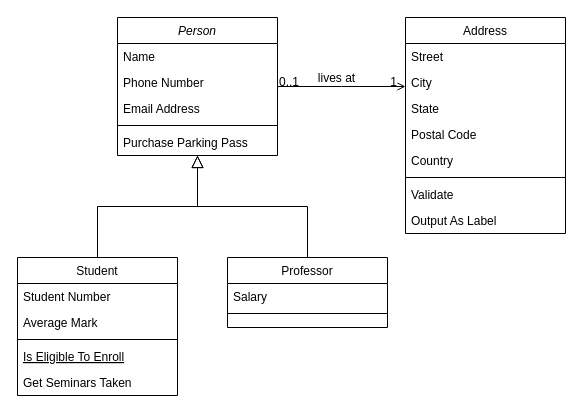
This is Diagrama sin título.drawio from Pipe1098/Ejercicios-de-clase, a draw.io file, before an edit. Source tidied: cells renumbered, new cells numbered last; positions are measured from the earlier drawing's top-left corner, leaving out a move shared by most shapes. Both pictures are drawn from the tidied source at 100%, with x=0, y=0 at pixel (17, 17).
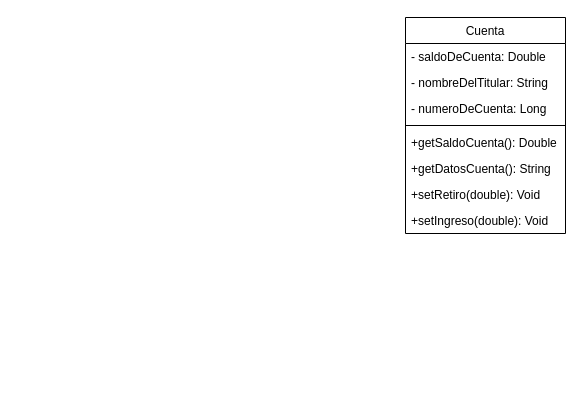
The same diagram, later.

Diff of the diagram source:
```diff
@@
-    <mxCell id="2" value="Person" style="swimlane;fontStyle=2;align=center;verticalAlign=top;horizontal=1;startSize=26;rounded=0;shadow=0;strokeWidth=1;" parent="1" vertex="1">
-      <mxGeometry x="100" width="160" height="138" as="geometry" />
-    </mxCell>
-    <mxCell id="3" value="Name" style="text;align=left;verticalAlign=top;spacingLeft=4;spacingRight=4;overflow=hidden;" parent="2" vertex="1">
-      <mxGeometry y="26" width="160" height="26" as="geometry" />
-    </mxCell>
-    <mxCell id="4" value="Phone Number" style="text;align=left;verticalAlign=top;spacingLeft=4;spacingRight=4;overflow=hidden;rounded=0;shadow=0;html=0;" parent="2" vertex="1">
-      <mxGeometry y="52" width="160" height="26" as="geometry" />
-    </mxCell>
-    <mxCell id="5" value="Email Address" style="text;align=left;verticalAlign=top;spacingLeft=4;spacingRight=4;overflow=hidden;rounded=0;shadow=0;html=0;" parent="2" vertex="1">
-      <mxGeometry y="78" width="160" height="26" as="geometry" />
-    </mxCell>
-    <mxCell id="6" style="line;html=1;strokeWidth=1;align=left;verticalAlign=middle;spacingTop=-1;spacingLeft=3;spacingRight=3;labelPosition=right;" parent="2" vertex="1">
-      <mxGeometry y="104" width="160" height="8" as="geometry" />
-    </mxCell>
-    <mxCell id="7" value="Purchase Parking Pass" style="text;align=left;verticalAlign=top;spacingLeft=4;spacingRight=4;overflow=hidden;" parent="2" vertex="1">
-      <mxGeometry y="112" width="160" height="26" as="geometry" />
-    </mxCell>
-    <mxCell id="8" value="Student" style="swimlane;fontStyle=0;align=center;verticalAlign=top;horizontal=1;startSize=26;rounded=0;shadow=0;strokeWidth=1;" parent="1" vertex="1">
-      <mxGeometry y="240" width="160" height="138" as="geometry" />
-    </mxCell>
-    <mxCell id="9" value="Student Number" style="text;align=left;verticalAlign=top;spacingLeft=4;spacingRight=4;overflow=hidden;" parent="8" vertex="1">
-      <mxGeometry y="26" width="160" height="26" as="geometry" />
-    </mxCell>
-    <mxCell id="10" value="Average Mark" style="text;align=left;verticalAlign=top;spacingLeft=4;spacingRight=4;overflow=hidden;rounded=0;shadow=0;html=0;" parent="8" vertex="1">
-      <mxGeometry y="52" width="160" height="26" as="geometry" />
-    </mxCell>
-    <mxCell id="11" style="line;html=1;strokeWidth=1;align=left;verticalAlign=middle;spacingTop=-1;spacingLeft=3;spacingRight=3;labelPosition=right;" parent="8" vertex="1">
-      <mxGeometry y="78" width="160" height="8" as="geometry" />
-    </mxCell>
-    <mxCell id="12" value="Is Eligible To Enroll" style="text;align=left;verticalAlign=top;spacingLeft=4;spacingRight=4;overflow=hidden;fontStyle=4;" parent="8" vertex="1">
-      <mxGeometry y="86" width="160" height="26" as="geometry" />
-    </mxCell>
-    <mxCell id="13" value="Get Seminars Taken" style="text;align=left;verticalAlign=top;spacingLeft=4;spacingRight=4;overflow=hidden;" parent="8" vertex="1">
-      <mxGeometry y="112" width="160" height="26" as="geometry" />
-    </mxCell>
-    <mxCell id="14" style="endArrow=block;endSize=10;endFill=0;shadow=0;strokeWidth=1;rounded=0;edgeStyle=elbowEdgeStyle;elbow=vertical;" parent="1" edge="1" source="8" target="2">
-      <mxGeometry relative="1" as="geometry" />
-    </mxCell>
-    <mxCell id="15" value="Professor" style="swimlane;fontStyle=0;align=center;verticalAlign=top;horizontal=1;startSize=26;rounded=0;shadow=0;strokeWidth=1;" parent="1" vertex="1">
-      <mxGeometry x="210" y="240" width="160" height="70" as="geometry" />
-    </mxCell>
-    <mxCell id="16" value="Salary" style="text;align=left;verticalAlign=top;spacingLeft=4;spacingRight=4;overflow=hidden;" parent="15" vertex="1">
-      <mxGeometry y="26" width="160" height="26" as="geometry" />
-    </mxCell>
-    <mxCell id="17" style="line;html=1;strokeWidth=1;align=left;verticalAlign=middle;spacingTop=-1;spacingLeft=3;spacingRight=3;labelPosition=right;" parent="15" vertex="1">
-      <mxGeometry y="52" width="160" height="8" as="geometry" />
-    </mxCell>
-    <mxCell id="18" style="endArrow=block;endSize=10;endFill=0;shadow=0;strokeWidth=1;rounded=0;edgeStyle=elbowEdgeStyle;elbow=vertical;" parent="1" edge="1" source="15" target="2">
-      <mxGeometry relative="1" as="geometry" />
-    </mxCell>
-    <mxCell id="19" value="Address" style="swimlane;fontStyle=0;align=center;verticalAlign=top;horizontal=1;startSize=26;rounded=0;shadow=0;strokeWidth=1;" parent="1" vertex="1">
+    <mxCell id="19" value="Cuenta" style="swimlane;fontStyle=0;align=center;verticalAlign=top;horizontal=1;startSize=26;rounded=0;shadow=0;strokeWidth=1;" parent="1" vertex="1">
       <mxGeometry x="388" width="160" height="216" as="geometry" />
     </mxCell>
-    <mxCell id="20" value="Street" style="text;align=left;verticalAlign=top;spacingLeft=4;spacingRight=4;overflow=hidden;" parent="19" vertex="1">
+    <mxCell id="20" value="- saldoDeCuenta: Double" style="text;align=left;verticalAlign=top;spacingLeft=4;spacingRight=4;overflow=hidden;" parent="19" vertex="1">
       <mxGeometry y="26" width="160" height="26" as="geometry" />
     </mxCell>
-    <mxCell id="21" value="City" style="text;align=left;verticalAlign=top;spacingLeft=4;spacingRight=4;overflow=hidden;rounded=0;shadow=0;html=0;" parent="19" vertex="1">
+    <mxCell id="21" value="- nombreDelTitular: String" style="text;align=left;verticalAlign=top;spacingLeft=4;spacingRight=4;overflow=hidden;rounded=0;shadow=0;html=0;" parent="19" vertex="1">
       <mxGeometry y="52" width="160" height="26" as="geometry" />
     </mxCell>
-    <mxCell id="22" value="State" style="text;align=left;verticalAlign=top;spacingLeft=4;spacingRight=4;overflow=hidden;rounded=0;shadow=0;html=0;" parent="19" vertex="1">
+    <mxCell id="22" value="- numeroDeCuenta: Long" style="text;align=left;verticalAlign=top;spacingLeft=4;spacingRight=4;overflow=hidden;rounded=0;shadow=0;html=0;" parent="19" vertex="1">
       <mxGeometry y="78" width="160" height="26" as="geometry" />
     </mxCell>
-    <mxCell id="23" value="Postal Code" style="text;align=left;verticalAlign=top;spacingLeft=4;spacingRight=4;overflow=hidden;rounded=0;shadow=0;html=0;" parent="19" vertex="1">
-      <mxGeometry y="104" width="160" height="26" as="geometry" />
-    </mxCell>
-    <mxCell id="24" value="Country" style="text;align=left;verticalAlign=top;spacingLeft=4;spacingRight=4;overflow=hidden;rounded=0;shadow=0;html=0;" parent="19" vertex="1">
-      <mxGeometry y="130" width="160" height="26" as="geometry" />
-    </mxCell>
     <mxCell id="25" style="line;html=1;strokeWidth=1;align=left;verticalAlign=middle;spacingTop=-1;spacingLeft=3;spacingRight=3;labelPosition=right;" parent="19" vertex="1">
-      <mxGeometry y="156" width="160" height="8" as="geometry" />
+      <mxGeometry y="104" width="160" height="8" as="geometry" />
     </mxCell>
-    <mxCell id="26" value="Validate" style="text;align=left;verticalAlign=top;spacingLeft=4;spacingRight=4;overflow=hidden;" parent="19" vertex="1">
-      <mxGeometry y="164" width="160" height="26" as="geometry" />
+    <mxCell id="26" value="+getSaldoCuenta(): Double" style="text;align=left;verticalAlign=top;spacingLeft=4;spacingRight=4;overflow=hidden;" parent="19" vertex="1">
+      <mxGeometry y="112" width="160" height="26" as="geometry" />
     </mxCell>
-    <mxCell id="27" value="Output As Label" style="text;align=left;verticalAlign=top;spacingLeft=4;spacingRight=4;overflow=hidden;" parent="19" vertex="1">
-      <mxGeometry y="190" width="160" height="26" as="geometry" />
+    <mxCell id="27" value="+getDatosCuenta(): String" style="text;align=left;verticalAlign=top;spacingLeft=4;spacingRight=4;overflow=hidden;" parent="19" vertex="1">
+      <mxGeometry y="138" width="160" height="26" as="geometry" />
     </mxCell>
-    <mxCell id="28" style="endArrow=open;shadow=0;strokeWidth=1;rounded=0;endFill=1;edgeStyle=elbowEdgeStyle;elbow=vertical;" parent="1" edge="1" source="2" target="19">
-      <mxGeometry x="0.5" y="41" relative="1" as="geometry">
-        <mxPoint x="-40" y="32" as="offset" />
-      </mxGeometry>
-    </mxCell>
-    <mxCell id="29" value="0..1" style="align=left;verticalAlign=bottom;labelBackgroundColor=none;fontSize=12;" parent="28" vertex="1">
-      <mxGeometry x="-1" relative="1" as="geometry">
-        <mxPoint y="4" as="offset" />
-      </mxGeometry>
-    </mxCell>
-    <mxCell id="30" value="1" style="align=right;verticalAlign=bottom;labelBackgroundColor=none;fontSize=12;" parent="28" vertex="1">
-      <mxGeometry x="1" relative="1" as="geometry">
-        <mxPoint x="-7" y="4" as="offset" />
-      </mxGeometry>
-    </mxCell>
-    <mxCell id="31" value="lives at" style="text;html=1;align=center;verticalAlign=middle;labelBackgroundColor=none;rounded=0;shadow=0;strokeWidth=1;fontSize=12;" parent="28" vertex="1">
-      <mxGeometry x="0.5" y="49" relative="1" as="geometry">
-        <mxPoint x="-38" y="40" as="offset" />
-      </mxGeometry>
-    </mxCell>
+    <mxCell id="32" value="+setRetiro(double): Void" style="text;align=left;verticalAlign=top;spacingLeft=4;spacingRight=4;overflow=hidden;" parent="19" vertex="1">
+      <mxGeometry y="164" width="160" height="26" as="geometry" />
+    </mxCell>
+    <mxCell id="33" value="+setIngreso(double): Void" style="text;align=left;verticalAlign=top;spacingLeft=4;spacingRight=4;overflow=hidden;" parent="19" vertex="1">
+      <mxGeometry y="190" width="160" height="26" as="geometry" />
+    </mxCell>
```
